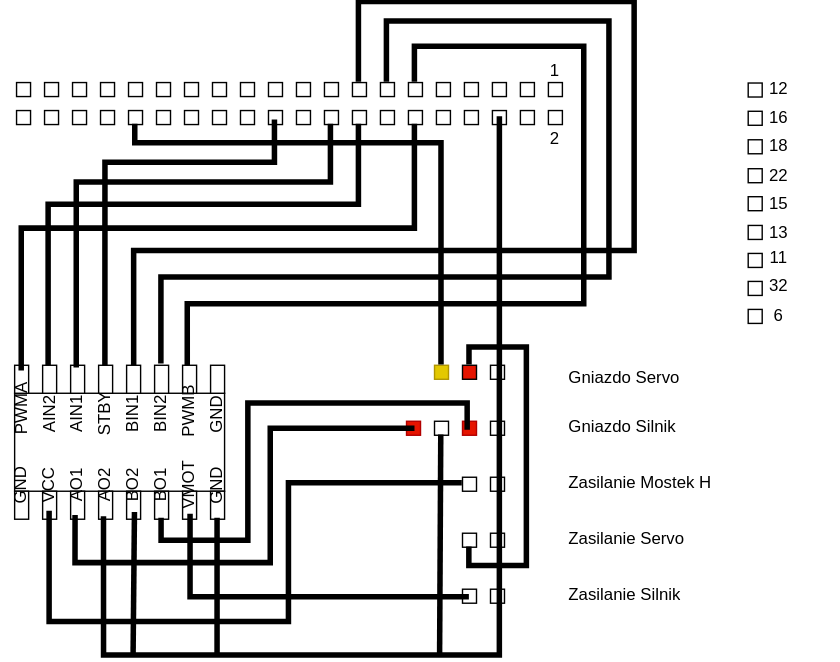
Above: scheme/rc_car_diagram_idc_socket.svg in MariuszBorek/rc-car (draw.io), before the change. Source tidied: cells renumbered, new cells last; positions are measured from the earlier drawing's top-left corner, leaving out a move shared by most shapes.
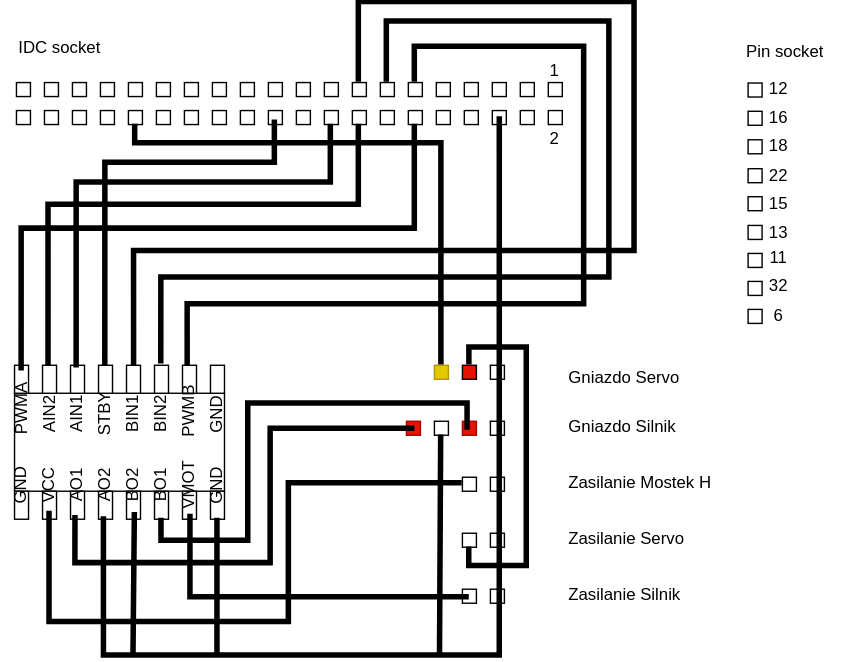
Later version of the same file.

What changed in the source:
```diff
@@ -484,5 +484,11 @@
         <mxPoint x="329" y="468" as="sourcePoint" />
       </mxGeometry>
     </mxCell>
+    <mxCell id="130" value="IDC socket" style="text;strokeColor=none;fillColor=none;align=left;verticalAlign=middle;spacingLeft=4;spacingRight=4;overflow=hidden;whiteSpace=wrap;html=1;" parent="1" vertex="1">
+      <mxGeometry x="22" y="18" width="80" height="30" as="geometry" />
+    </mxCell>
+    <mxCell id="131" value="Pin socket" style="text;strokeColor=none;fillColor=none;align=left;verticalAlign=middle;spacingLeft=4;spacingRight=4;overflow=hidden;whiteSpace=wrap;html=1;" parent="1" vertex="1">
+      <mxGeometry x="542" y="21" width="80" height="30" as="geometry" />
+    </mxCell>
   </root>
 </mxGraphModel>
```
